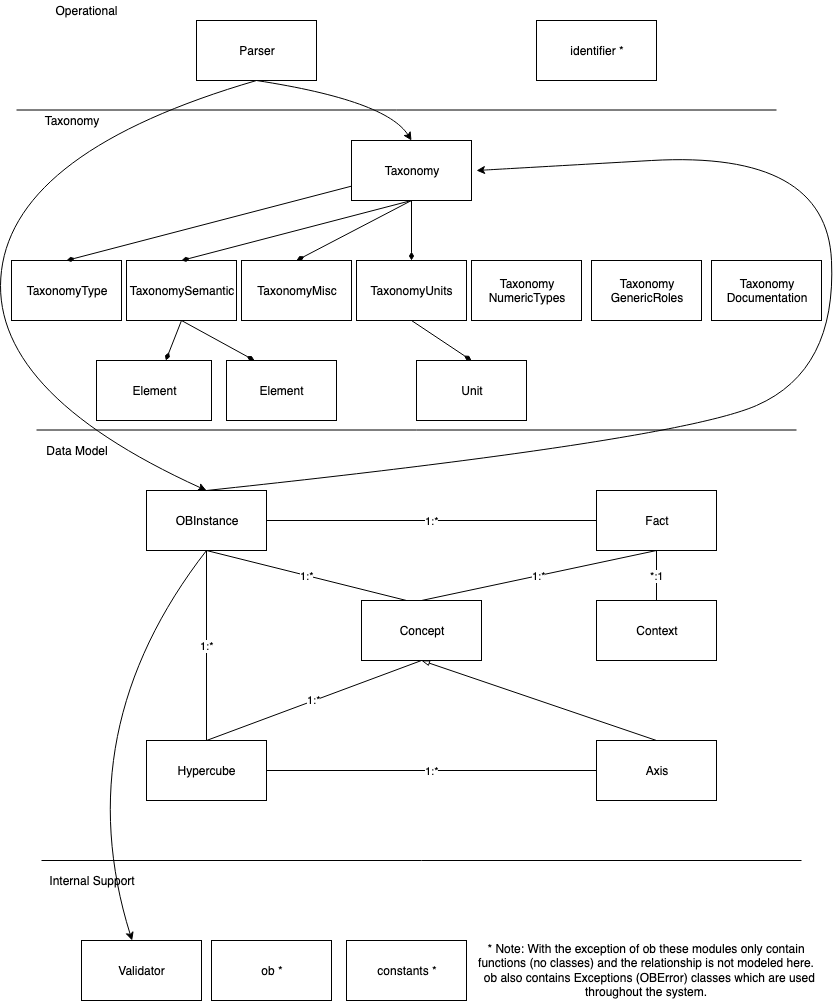
This is docs/source/pyoblib.png from SunSpecOrangeButton/pyoblib, a draw.io export, as it was before one commit. Source tidied: cells renumbered, new cells last; positions are measured from the earlier drawing's top-left corner, leaving out a move shared by most shapes. The source it was exported from:
```xml
<mxGraphModel>
  <root>
    <mxCell id="0" />
    <mxCell id="1" parent="0" />
    <mxCell id="2" value="Taxonomy" style="rounded=0;whiteSpace=wrap;html=1;" parent="1" vertex="1">
      <mxGeometry x="365" y="140" width="120" height="60" as="geometry" />
    </mxCell>
    <mxCell id="3" value="TaxonomySemantic" style="rounded=0;whiteSpace=wrap;html=1;" parent="1" vertex="1">
      <mxGeometry x="140" y="260" width="110" height="60" as="geometry" />
    </mxCell>
    <mxCell id="4" value="TaxonomyType" style="rounded=0;whiteSpace=wrap;html=1;" parent="1" vertex="1">
      <mxGeometry x="25" y="260" width="110" height="60" as="geometry" />
    </mxCell>
    <mxCell id="5" value="TaxonomyUnits" style="rounded=0;whiteSpace=wrap;html=1;" parent="1" vertex="1">
      <mxGeometry x="370" y="260" width="110" height="60" as="geometry" />
    </mxCell>
    <mxCell id="6" value="TaxonomyMisc" style="rounded=0;whiteSpace=wrap;html=1;" parent="1" vertex="1">
      <mxGeometry x="255" y="260" width="110" height="60" as="geometry" />
    </mxCell>
    <mxCell id="7" value="Unit" style="rounded=0;whiteSpace=wrap;html=1;" parent="1" vertex="1">
      <mxGeometry x="430" y="360" width="110" height="60" as="geometry" />
    </mxCell>
    <mxCell id="8" style="endArrow=diamondThin;html=1;endFill=1;exitX=0.5;exitY=1;entryX=0.5;entryY=0;exitDx=0;exitDy=0;" parent="1" edge="1" source="2" target="3">
      <mxGeometry relative="1" as="geometry" />
    </mxCell>
    <mxCell id="9" style="endArrow=diamondThin;html=1;entryX=0.5;entryY=0;exitX=0.5;exitY=1;endFill=1;" parent="1" edge="1" source="2" target="4">
      <mxGeometry relative="1" as="geometry" />
    </mxCell>
    <mxCell id="10" style="endArrow=diamondThin;html=1;entryX=0.5;entryY=0;exitX=0.5;exitY=1;endFill=1;" parent="1" edge="1" source="2" target="5">
      <mxGeometry relative="1" as="geometry" />
    </mxCell>
    <mxCell id="11" style="endArrow=diamondThin;html=1;entryX=0.5;entryY=0;exitX=0.5;exitY=1;endFill=1;exitDx=0;exitDy=0;" parent="1" edge="1" source="2" target="6">
      <mxGeometry relative="1" as="geometry" />
    </mxCell>
    <mxCell id="12" style="endArrow=diamondThin;html=1;exitX=0.5;exitY=1;endFill=1;entryX=0.5;entryY=0;" parent="1" edge="1" source="5" target="7">
      <mxGeometry relative="1" as="geometry" />
    </mxCell>
    <mxCell id="13" value="Element" style="rounded=0;whiteSpace=wrap;html=1;" parent="1" vertex="1">
      <mxGeometry x="110" y="360" width="115" height="60" as="geometry" />
    </mxCell>
    <mxCell id="14" style="endArrow=diamondThin;html=1;endFill=1;exitX=0.5;exitY=1;" parent="1" edge="1" source="3" target="13">
      <mxGeometry relative="1" as="geometry" />
    </mxCell>
    <mxCell id="15" value="identifier *" style="rounded=0;whiteSpace=wrap;html=1;" parent="1" vertex="1">
      <mxGeometry x="550" y="20" width="120" height="60" as="geometry" />
    </mxCell>
    <mxCell id="16" value="Axis" style="rounded=0;whiteSpace=wrap;html=1;" parent="1" vertex="1">
      <mxGeometry x="610" y="740" width="120" height="60" as="geometry" />
    </mxCell>
    <mxCell id="17" value="Concept" style="rounded=0;whiteSpace=wrap;html=1;" parent="1" vertex="1">
      <mxGeometry x="375" y="600" width="120" height="60" as="geometry" />
    </mxCell>
    <mxCell id="18" value="Context" style="rounded=0;whiteSpace=wrap;html=1;" parent="1" vertex="1">
      <mxGeometry x="610" y="600" width="120" height="60" as="geometry" />
    </mxCell>
    <mxCell id="19" value="OBInstance" style="rounded=0;whiteSpace=wrap;html=1;" parent="1" vertex="1">
      <mxGeometry x="160" y="490" width="120" height="60" as="geometry" />
    </mxCell>
    <mxCell id="20" value="Hypercube" style="rounded=0;whiteSpace=wrap;html=1;" parent="1" vertex="1">
      <mxGeometry x="160" y="740" width="120" height="60" as="geometry" />
    </mxCell>
    <mxCell id="21" value="Fact" style="rounded=0;whiteSpace=wrap;html=1;" parent="1" vertex="1">
      <mxGeometry x="610" y="490" width="120" height="60" as="geometry" />
    </mxCell>
    <mxCell id="22" value="Validator" style="rounded=0;whiteSpace=wrap;html=1;" parent="1" vertex="1">
      <mxGeometry x="95" y="940" width="120" height="60" as="geometry" />
    </mxCell>
    <mxCell id="23" value="Parser" style="rounded=0;whiteSpace=wrap;html=1;" parent="1" vertex="1">
      <mxGeometry x="210" y="20" width="120" height="60" as="geometry" />
    </mxCell>
    <mxCell id="24" style="endArrow=none;html=1;" parent="1" edge="1">
      <mxGeometry relative="1" as="geometry">
        <mxPoint x="55" y="860" as="sourcePoint" />
        <mxPoint x="815" y="860" as="targetPoint" />
      </mxGeometry>
    </mxCell>
    <mxCell id="25" style="endArrow=none;html=1;" parent="1" edge="1">
      <mxGeometry relative="1" as="geometry">
        <mxPoint x="50" y="429.5" as="sourcePoint" />
        <mxPoint x="810" y="429.5" as="targetPoint" />
      </mxGeometry>
    </mxCell>
    <mxCell id="26" value="Taxonomy" style="text;html=1;strokeColor=none;fillColor=none;align=center;verticalAlign=middle;whiteSpace=wrap;rounded=0;" parent="1" vertex="1">
      <mxGeometry x="50" y="110" width="70" height="20" as="geometry" />
    </mxCell>
    <mxCell id="27" value="Data Model" style="text;html=1;strokeColor=none;fillColor=none;align=center;verticalAlign=middle;whiteSpace=wrap;rounded=0;" parent="1" vertex="1">
      <mxGeometry x="50" y="440" width="80" height="20" as="geometry" />
    </mxCell>
    <mxCell id="28" value="Operational" style="text;html=1;strokeColor=none;fillColor=none;align=center;verticalAlign=middle;whiteSpace=wrap;rounded=0;" parent="1" vertex="1">
      <mxGeometry x="50" width="100" height="20" as="geometry" />
    </mxCell>
    <mxCell id="29" style="endArrow=none;html=1;" parent="1" edge="1">
      <mxGeometry relative="1" as="geometry">
        <mxPoint x="30" y="109.5" as="sourcePoint" />
        <mxPoint x="790" y="109.5" as="targetPoint" />
      </mxGeometry>
    </mxCell>
    <mxCell id="30" value="Internal Support" style="text;html=1;strokeColor=none;fillColor=none;align=center;verticalAlign=middle;whiteSpace=wrap;rounded=0;" parent="1" vertex="1">
      <mxGeometry x="55" y="870" width="100" height="20" as="geometry" />
    </mxCell>
    <mxCell id="31" value="ob *" style="rounded=0;whiteSpace=wrap;html=1;" parent="1" vertex="1">
      <mxGeometry x="225" y="940" width="120" height="60" as="geometry" />
    </mxCell>
    <mxCell id="32" value="constants *" style="rounded=0;whiteSpace=wrap;html=1;" parent="1" vertex="1">
      <mxGeometry x="360" y="940" width="120" height="60" as="geometry" />
    </mxCell>
    <mxCell id="33" style="endArrow=none;html=1;exitX=0.5;exitY=1;endFill=0;strokeColor=#000000;startArrow=blockThin;startFill=0;entryX=0.5;entryY=0;" parent="1" edge="1" source="17" target="16">
      <mxGeometry relative="1" as="geometry" />
    </mxCell>
    <mxCell id="34" value="*:1" style="endArrow=none;html=1;exitX=0.5;exitY=0;entryX=0.5;entryY=1;" parent="1" edge="1" source="18" target="21">
      <mxGeometry relative="1" as="geometry" />
    </mxCell>
    <mxCell id="35" value="1:*" style="endArrow=none;html=1;exitX=1;exitY=0.5;entryX=0;entryY=0.5;" parent="1" edge="1" source="20" target="16">
      <mxGeometry relative="1" as="geometry" />
    </mxCell>
    <mxCell id="36" value="1:*" style="endArrow=none;html=1;entryX=0.5;entryY=1;exitX=0.5;exitY=0;" parent="1" edge="1" source="20" target="17">
      <mxGeometry relative="1" as="geometry" />
    </mxCell>
    <mxCell id="37" value="1:*" style="endArrow=none;html=1;entryX=0.5;entryY=1;" parent="1" edge="1" target="19">
      <mxGeometry relative="1" as="geometry">
        <mxPoint x="220" y="740" as="sourcePoint" />
      </mxGeometry>
    </mxCell>
    <mxCell id="38" value="1:*" style="endArrow=none;html=1;entryX=0;entryY=0.5;exitX=1;exitY=0.5;" parent="1" edge="1" source="19" target="21">
      <mxGeometry relative="1" as="geometry" />
    </mxCell>
    <mxCell id="39" value="1:*" style="endArrow=none;html=1;entryX=0.5;entryY=1;exitX=0.5;exitY=0;" parent="1" edge="1" source="17" target="21">
      <mxGeometry relative="1" as="geometry" />
    </mxCell>
    <mxCell id="40" value="1:*" style="endArrow=none;html=1;entryX=0.5;entryY=1;" parent="1" edge="1" target="19">
      <mxGeometry relative="1" as="geometry">
        <mxPoint x="420" y="600" as="sourcePoint" />
      </mxGeometry>
    </mxCell>
    <mxCell id="41" style="endArrow=classic;html=1;exitX=0.5;exitY=1;entryX=0.5;entryY=0;curved=1;" parent="1" edge="1" source="23" target="2">
      <mxGeometry relative="1" as="geometry">
        <Array as="points">
          <mxPoint x="400" y="100" />
        </Array>
      </mxGeometry>
    </mxCell>
    <mxCell id="42" style="endArrow=classic;html=1;exitX=0.5;exitY=1;entryX=0.5;entryY=0;curved=1;" parent="1" edge="1" source="23" target="19">
      <mxGeometry relative="1" as="geometry">
        <Array as="points">
          <mxPoint x="30" y="150" />
          <mxPoint y="390" />
        </Array>
      </mxGeometry>
    </mxCell>
    <mxCell id="43" style="endArrow=classic;html=1;exitX=0.5;exitY=0;curved=1;" parent="1" edge="1" source="19">
      <mxGeometry relative="1" as="geometry">
        <mxPoint x="490" y="170" as="targetPoint" />
        <Array as="points">
          <mxPoint x="690" y="440" />
          <mxPoint x="850" y="370" />
          <mxPoint x="840" y="150" />
          <mxPoint x="490" y="170" />
        </Array>
      </mxGeometry>
    </mxCell>
    <mxCell id="44" style="endArrow=classic;html=1;exitX=0.5;exitY=1;curved=1;" parent="1" edge="1" source="19" target="22">
      <mxGeometry relative="1" as="geometry">
        <Array as="points">
          <mxPoint x="80" y="730" />
        </Array>
      </mxGeometry>
    </mxCell>
    <mxCell id="45" value="&lt;div&gt;* Note: With the exception of ob these modules only contain&lt;/div&gt;&lt;div&gt;functions (no classes) and the relationship is not modeled here.&lt;br&gt;&lt;/div&gt;&amp;nbsp; ob also contains Exceptions (OBError) classes which are used throughout the system." style="text;html=1;strokeColor=none;fillColor=none;align=center;verticalAlign=middle;whiteSpace=wrap;rounded=0;" parent="1" vertex="1">
      <mxGeometry x="490" y="960" width="340" height="20" as="geometry" />
    </mxCell>
    <mxCell id="46" value="&lt;div&gt;Taxonomy&lt;/div&gt;&lt;div&gt;GenericRoles&lt;br&gt;&lt;/div&gt;" style="rounded=0;whiteSpace=wrap;html=1;" parent="1" vertex="1">
      <mxGeometry x="605" y="260" width="110" height="60" as="geometry" />
    </mxCell>
    <mxCell id="47" value="&lt;div&gt;Taxonomy&lt;/div&gt;&lt;div&gt;NumericTypes&lt;/div&gt;" style="rounded=0;whiteSpace=wrap;html=1;" parent="1" vertex="1">
      <mxGeometry x="485" y="260" width="110" height="60" as="geometry" />
    </mxCell>
    <mxCell id="48" value="Element" style="rounded=0;whiteSpace=wrap;html=1;" parent="1" vertex="1">
      <mxGeometry x="240" y="360" width="110" height="60" as="geometry" />
    </mxCell>
    <mxCell id="49" style="endArrow=diamondThin;html=1;endFill=1;exitX=0.5;exitY=1;exitDx=0;exitDy=0;entryX=0.25;entryY=0;entryDx=0;entryDy=0;" parent="1" edge="1" source="3" target="48">
      <mxGeometry relative="1" as="geometry" />
    </mxCell>
    <mxCell id="50" value="&lt;div&gt;Taxonomy&lt;/div&gt;&lt;div&gt;Documentation&lt;/div&gt;" style="rounded=0;whiteSpace=wrap;html=1;" parent="1" vertex="1">
      <mxGeometry x="725" y="260" width="110" height="60" as="geometry" />
    </mxCell>
  </root>
</mxGraphModel>
```
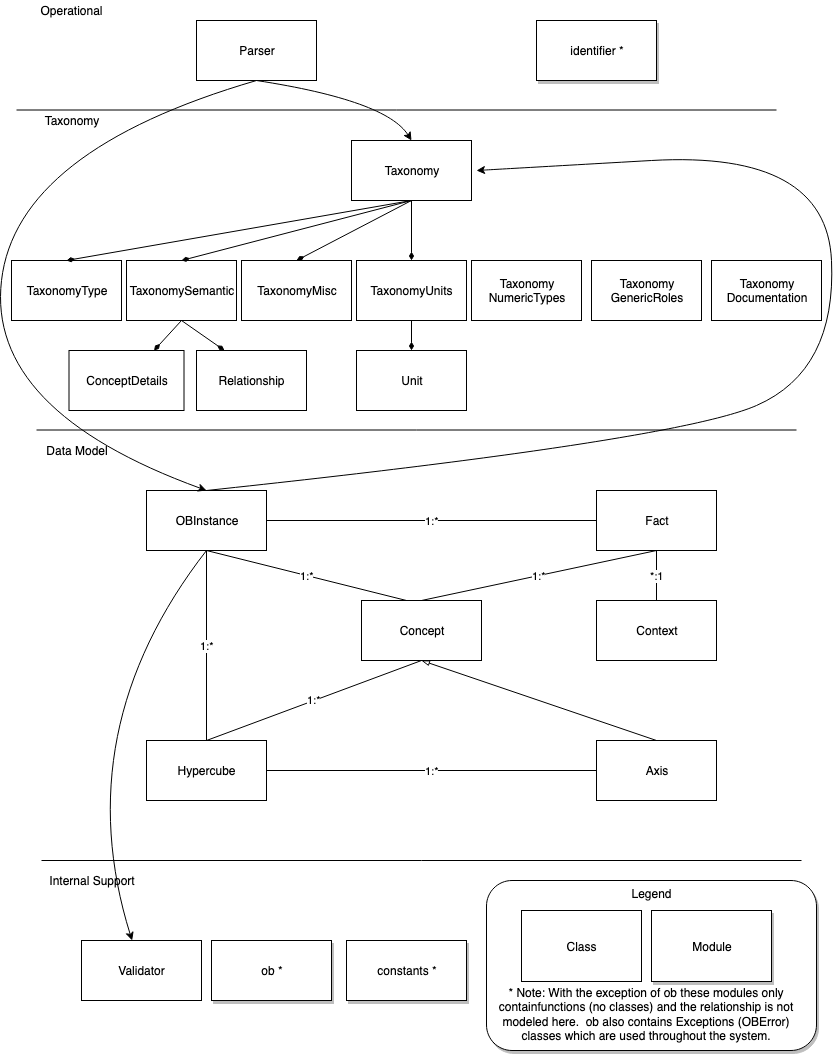
Later version of the same file.

What changed in the source:
```diff
@@ -2,6 +2,9 @@
   <root>
     <mxCell id="0" />
     <mxCell id="1" parent="0" />
+    <mxCell id="51" value="&lt;div&gt;Legend&lt;/div&gt;&lt;div&gt;&lt;br&gt;&lt;/div&gt;&lt;div&gt;&lt;br&gt;&lt;/div&gt;&lt;div&gt;&lt;br&gt;&lt;/div&gt;&lt;div&gt;&lt;br&gt;&lt;/div&gt;&lt;div&gt;&lt;br&gt;&lt;/div&gt;&lt;div&gt;&lt;br&gt;&lt;/div&gt;&lt;div&gt;&lt;br&gt;&lt;/div&gt;&lt;div&gt;&lt;br&gt;&lt;/div&gt;&lt;div&gt;&lt;br&gt;&lt;/div&gt;&lt;div&gt;&lt;br&gt;&lt;/div&gt;" style="rounded=1;whiteSpace=wrap;html=1;shadow=1;" parent="1" vertex="1">
+      <mxGeometry x="500" y="880" width="330" height="170" as="geometry" />
+    </mxCell>
     <mxCell id="2" value="Taxonomy" style="rounded=0;whiteSpace=wrap;html=1;" parent="1" vertex="1">
       <mxGeometry x="365" y="140" width="120" height="60" as="geometry" />
     </mxCell>
@@ -18,7 +21,7 @@
       <mxGeometry x="255" y="260" width="110" height="60" as="geometry" />
     </mxCell>
     <mxCell id="7" value="Unit" style="rounded=0;whiteSpace=wrap;html=1;" parent="1" vertex="1">
-      <mxGeometry x="430" y="360" width="110" height="60" as="geometry" />
+      <mxGeometry x="370" y="350" width="110" height="60" as="geometry" />
     </mxCell>
     <mxCell id="8" style="endArrow=diamondThin;html=1;endFill=1;exitX=0.5;exitY=1;entryX=0.5;entryY=0;exitDx=0;exitDy=0;" parent="1" edge="1" source="2" target="3">
       <mxGeometry relative="1" as="geometry" />
@@ -35,13 +38,13 @@
     <mxCell id="12" style="endArrow=diamondThin;html=1;exitX=0.5;exitY=1;endFill=1;entryX=0.5;entryY=0;" parent="1" edge="1" source="5" target="7">
       <mxGeometry relative="1" as="geometry" />
     </mxCell>
-    <mxCell id="13" value="Element" style="rounded=0;whiteSpace=wrap;html=1;" parent="1" vertex="1">
-      <mxGeometry x="110" y="360" width="115" height="60" as="geometry" />
+    <mxCell id="13" value="ConceptDetails" style="rounded=0;whiteSpace=wrap;html=1;" parent="1" vertex="1">
+      <mxGeometry x="82.5" y="350" width="115" height="60" as="geometry" />
     </mxCell>
     <mxCell id="14" style="endArrow=diamondThin;html=1;endFill=1;exitX=0.5;exitY=1;" parent="1" edge="1" source="3" target="13">
       <mxGeometry relative="1" as="geometry" />
     </mxCell>
-    <mxCell id="15" value="identifier *" style="rounded=0;whiteSpace=wrap;html=1;" parent="1" vertex="1">
+    <mxCell id="15" value="identifier *" style="rounded=0;whiteSpace=wrap;html=1;shadow=1;" parent="1" vertex="1">
       <mxGeometry x="550" y="20" width="120" height="60" as="geometry" />
     </mxCell>
     <mxCell id="16" value="Axis" style="rounded=0;whiteSpace=wrap;html=1;" parent="1" vertex="1">
@@ -87,7 +90,7 @@
       <mxGeometry x="50" y="440" width="80" height="20" as="geometry" />
     </mxCell>
     <mxCell id="28" value="Operational" style="text;html=1;strokeColor=none;fillColor=none;align=center;verticalAlign=middle;whiteSpace=wrap;rounded=0;" parent="1" vertex="1">
-      <mxGeometry x="50" width="100" height="20" as="geometry" />
+      <mxGeometry x="35" width="100" height="20" as="geometry" />
     </mxCell>
     <mxCell id="29" style="endArrow=none;html=1;" parent="1" edge="1">
       <mxGeometry relative="1" as="geometry">
@@ -98,10 +101,10 @@
     <mxCell id="30" value="Internal Support" style="text;html=1;strokeColor=none;fillColor=none;align=center;verticalAlign=middle;whiteSpace=wrap;rounded=0;" parent="1" vertex="1">
       <mxGeometry x="55" y="870" width="100" height="20" as="geometry" />
     </mxCell>
-    <mxCell id="31" value="ob *" style="rounded=0;whiteSpace=wrap;html=1;" parent="1" vertex="1">
+    <mxCell id="31" value="ob *" style="rounded=0;whiteSpace=wrap;html=1;shadow=1;" parent="1" vertex="1">
       <mxGeometry x="225" y="940" width="120" height="60" as="geometry" />
     </mxCell>
-    <mxCell id="32" value="constants *" style="rounded=0;whiteSpace=wrap;html=1;" parent="1" vertex="1">
+    <mxCell id="32" value="constants *" style="rounded=0;whiteSpace=wrap;html=1;shadow=1;" parent="1" vertex="1">
       <mxGeometry x="360" y="940" width="120" height="60" as="geometry" />
     </mxCell>
     <mxCell id="33" style="endArrow=none;html=1;exitX=0.5;exitY=1;endFill=0;strokeColor=#000000;startArrow=blockThin;startFill=0;entryX=0.5;entryY=0;" parent="1" edge="1" source="17" target="16">
@@ -143,7 +146,7 @@
       <mxGeometry relative="1" as="geometry">
         <Array as="points">
           <mxPoint x="30" y="150" />
-          <mxPoint y="390" />
+          <mxPoint y="410" />
         </Array>
       </mxGeometry>
     </mxCell>
@@ -165,17 +168,14 @@
         </Array>
       </mxGeometry>
     </mxCell>
-    <mxCell id="45" value="&lt;div&gt;* Note: With the exception of ob these modules only contain&lt;/div&gt;&lt;div&gt;functions (no classes) and the relationship is not modeled here.&lt;br&gt;&lt;/div&gt;&amp;nbsp; ob also contains Exceptions (OBError) classes which are used throughout the system." style="text;html=1;strokeColor=none;fillColor=none;align=center;verticalAlign=middle;whiteSpace=wrap;rounded=0;" parent="1" vertex="1">
-      <mxGeometry x="490" y="960" width="340" height="20" as="geometry" />
-    </mxCell>
     <mxCell id="46" value="&lt;div&gt;Taxonomy&lt;/div&gt;&lt;div&gt;GenericRoles&lt;br&gt;&lt;/div&gt;" style="rounded=0;whiteSpace=wrap;html=1;" parent="1" vertex="1">
       <mxGeometry x="605" y="260" width="110" height="60" as="geometry" />
     </mxCell>
     <mxCell id="47" value="&lt;div&gt;Taxonomy&lt;/div&gt;&lt;div&gt;NumericTypes&lt;/div&gt;" style="rounded=0;whiteSpace=wrap;html=1;" parent="1" vertex="1">
       <mxGeometry x="485" y="260" width="110" height="60" as="geometry" />
     </mxCell>
-    <mxCell id="48" value="Element" style="rounded=0;whiteSpace=wrap;html=1;" parent="1" vertex="1">
-      <mxGeometry x="240" y="360" width="110" height="60" as="geometry" />
+    <mxCell id="48" value="Relationship" style="rounded=0;whiteSpace=wrap;html=1;" parent="1" vertex="1">
+      <mxGeometry x="210" y="350" width="110" height="60" as="geometry" />
     </mxCell>
     <mxCell id="49" style="endArrow=diamondThin;html=1;endFill=1;exitX=0.5;exitY=1;exitDx=0;exitDy=0;entryX=0.25;entryY=0;entryDx=0;entryDy=0;" parent="1" edge="1" source="3" target="48">
       <mxGeometry relative="1" as="geometry" />
@@ -183,5 +183,14 @@
     <mxCell id="50" value="&lt;div&gt;Taxonomy&lt;/div&gt;&lt;div&gt;Documentation&lt;/div&gt;" style="rounded=0;whiteSpace=wrap;html=1;" parent="1" vertex="1">
       <mxGeometry x="725" y="260" width="110" height="60" as="geometry" />
     </mxCell>
+    <mxCell id="45" value="&lt;div&gt;* Note: With the exception of ob these modules only&lt;/div&gt;&lt;div&gt;containfunctions (no classes) and the relationship is not modeled here.&amp;nbsp; ob also contains Exceptions (OBError)&lt;/div&gt;&lt;div&gt;classes which are used throughout the system.&lt;/div&gt;" style="text;html=1;strokeColor=none;fillColor=none;align=center;verticalAlign=middle;whiteSpace=wrap;rounded=0;" parent="1" vertex="1">
+      <mxGeometry x="490" y="1000.2" width="340" height="27.3" as="geometry" />
+    </mxCell>
+    <mxCell id="52" value="Class" style="rounded=0;whiteSpace=wrap;html=1;" parent="1" vertex="1">
+      <mxGeometry x="535" y="910" width="120" height="71" as="geometry" />
+    </mxCell>
+    <mxCell id="53" value="Module" style="rounded=0;whiteSpace=wrap;html=1;shadow=1;" parent="1" vertex="1">
+      <mxGeometry x="665" y="910" width="120" height="71" as="geometry" />
+    </mxCell>
   </root>
 </mxGraphModel>
```
